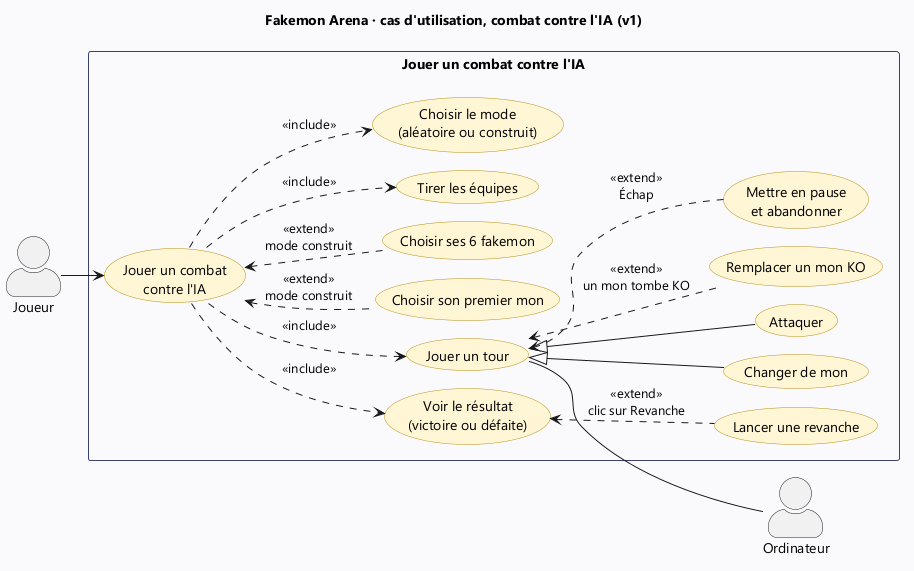
Earlier version of the PlantUML export docs/uml/cu-combat-ia.png (OnerAliCan/fakemon-arena). Source of this version:
```plantuml
@startuml cu-combat-ia
!pragma layout smetana
left to right direction
skinparam actorStyle awesome
skinparam defaultFontName Segoe UI
skinparam usecase {
  BackgroundColor #FFF6D6
  BorderColor #B8901A
}
skinparam rectangle {
  BorderColor #3A4170
  BackgroundColor #FAFAFD
}
title Fakemon Arena · cas d'utilisation, combat contre l'IA (v1)

actor "Joueur" as joueur
actor "Ordinateur" as ia

rectangle "Jouer un combat contre l'IA" {
  usecase "Jouer un combat\ncontre l'IA" as jouerIA
  usecase "Lancer une revanche" as revanche
  usecase "Voir le résultat\n(victoire ou défaite)" as resultat
  usecase "Remplacer un mon KO" as ko
  usecase "Mettre en pause\net abandonner" as pause
  usecase "Changer de mon" as changer
  usecase "Attaquer" as attaquer
  usecase "Jouer un tour" as tour
  usecase "Choisir son premier mon" as premier
  usecase "Choisir ses 6 fakemon" as choisir6
  usecase "Tirer les équipes" as tirer
  usecase "Choisir le mode\n(aléatoire ou construit)" as mode
}

joueur --> jouerIA
jouerIA ..> mode : <<include>>
jouerIA ..> tirer : <<include>>
jouerIA <.. choisir6 : <<extend>>\nmode construit
jouerIA <.. premier : <<extend>>\nmode construit
jouerIA ..> tour : <<include>>
jouerIA ..> resultat : <<include>>
tour <|-- attaquer
tour <|-- changer
tour <.. pause : <<extend>>\nÉchap
tour <.. ko : <<extend>>\nun mon tombe KO
resultat <.. revanche : <<extend>>\nclic sur Revanche
tour -- ia
@enduml
```
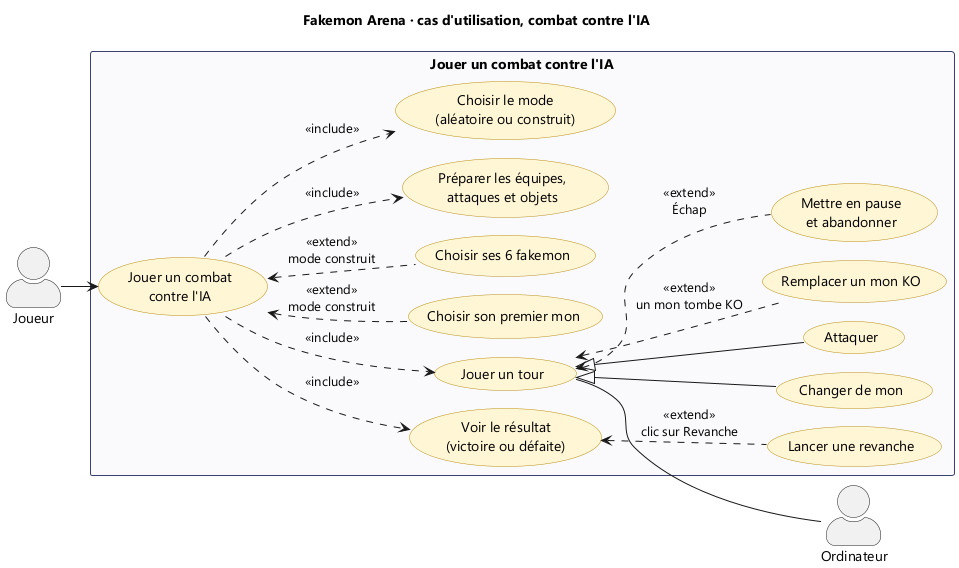
After the commit.

Diff of the diagram source:
```diff
@@ -11,7 +11,7 @@
   BorderColor #3A4170
   BackgroundColor #FAFAFD
 }
-title Fakemon Arena · cas d'utilisation, combat contre l'IA (v1)
+title Fakemon Arena · cas d'utilisation, combat contre l'IA
 
 actor "Joueur" as joueur
 actor "Ordinateur" as ia
@@ -27,7 +27,7 @@
   usecase "Jouer un tour" as tour
   usecase "Choisir son premier mon" as premier
   usecase "Choisir ses 6 fakemon" as choisir6
-  usecase "Tirer les équipes" as tirer
+  usecase "Préparer les équipes,\nattaques et objets" as tirer
   usecase "Choisir le mode\n(aléatoire ou construit)" as mode
 }
 
```
